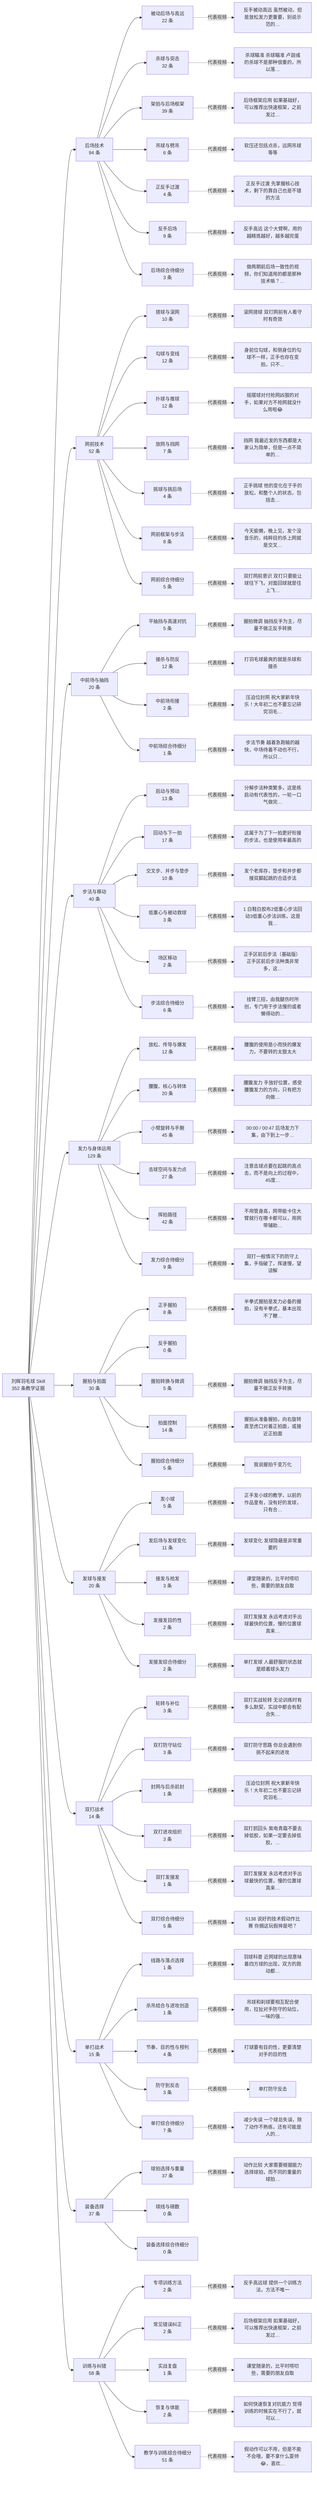
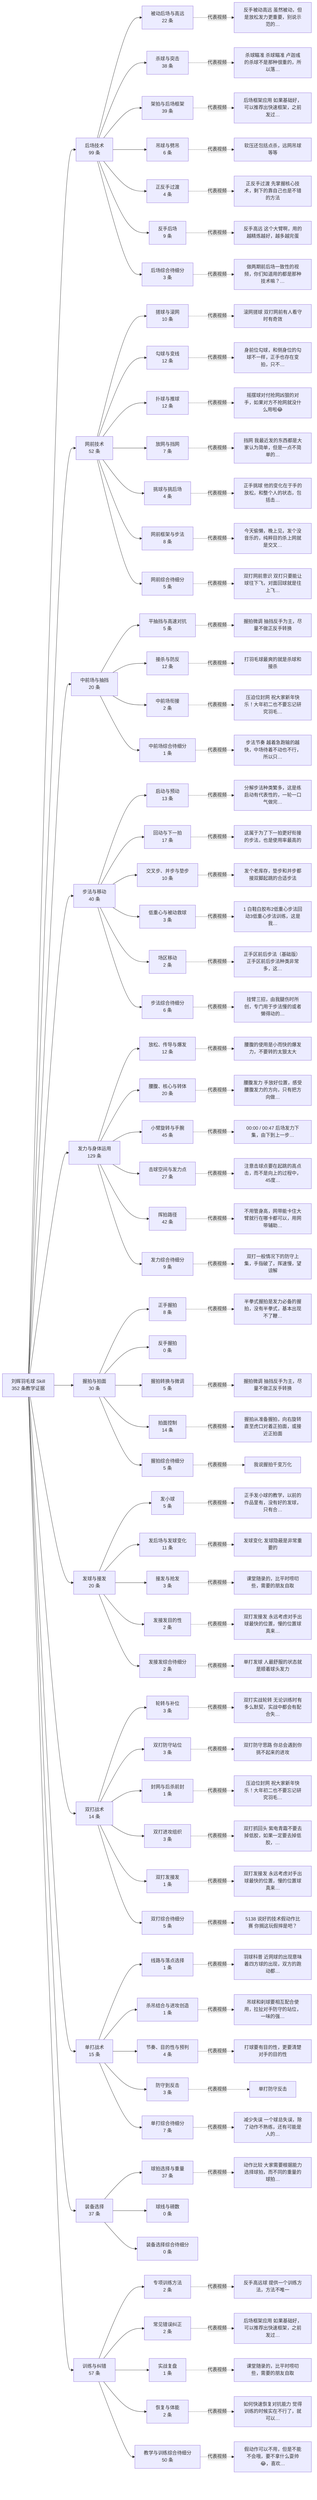
flowchart LR
  root["刘辉羽毛球 Skill<br/>352 条教学证据"]
-   c0["后场技术<br/>94 条"]
+   c0["后场技术<br/>99 条"]
  root --> c0
  s0_0["被动后场与高远<br/>22 条"]
  c0 --> s0_0
  v0_0["反手被动高远 虽然被动，但是放松发力更重要，别说示范的…"]
  s0_0 -.代表视频.-> v0_0
-   s0_1["杀球与突击<br/>32 条"]
+   s0_1["杀球与突击<br/>38 条"]
  c0 --> s0_1
  v0_1["杀球瞄准 杀球瞄准 卢迦彧的杀球不是那种很重的，所以落…"]
  s0_1 -.代表视频.-> v0_1
  s0_2["架拍与后场框架<br/>39 条"]
  c0 --> s0_2
  v0_2["后场框架应用 如果基础好，可以推荐出快速框架，之前发过…"]
  s0_2 -.代表视频.-> v0_2
  s0_3["吊球与劈吊<br/>6 条"]
  c0 --> s0_3
  v0_3["软压还包括点杀，远网吊球等等"]
  s0_3 -.代表视频.-> v0_3
  s0_4["正反手过渡<br/>4 条"]
  c0 --> s0_4
  v0_4["正反手过渡 先掌握核心技术，剩下的靠自己也是不错的方法"]
  s0_4 -.代表视频.-> v0_4
  s0_5["反手后场<br/>9 条"]
  c0 --> s0_5
  v0_5["反手高远 这个大臂啊，用的越精炼越好，越多越完蛋"]
  s0_5 -.代表视频.-> v0_5
  s0_6["后场综合待细分<br/>3 条"]
  c0 --> s0_6
  v0_6["做两期前后场一致性的视频，你们知道用的都是那种技术嘛？…"]
  s0_6 -.代表视频.-> v0_6
  c1["网前技术<br/>52 条"]
  root --> c1
  s1_0["搓球与滚网<br/>10 条"]
  c1 --> s1_0
  v1_0["滚网搓球 双打网前有人看守时有奇效"]
  s1_0 -.代表视频.-> v1_0
  s1_1["勾球与变线<br/>12 条"]
  c1 --> s1_1
  v1_1["身前位勾球，和侧身位的勾球不一样，正手也存在变拍，只不…"]
  s1_1 -.代表视频.-> v1_1
  s1_2["扑球与推球<br/>12 条"]
  c1 --> s1_2
  v1_2["摇摆球对付抢网凶狠的对手，如果对方不抢网就没什么用啦😂"]
  s1_2 -.代表视频.-> v1_2
  s1_3["放网与挡网<br/>7 条"]
  c1 --> s1_3
  v1_3["挡网 我最近发的东西都是大家认为简单，但是一点不简单的…"]
  s1_3 -.代表视频.-> v1_3
  s1_4["挑球与挑后场<br/>4 条"]
  c1 --> s1_4
  v1_4["正手挑球 他的变化在于手的放松，和整个人的状态，包括击…"]
  s1_4 -.代表视频.-> v1_4
  s1_5["网前框架与步法<br/>8 条"]
  c1 --> s1_5
  v1_5["今天偷懒，晚上见，发个没音乐的，纯粹目的杀上网就是交叉…"]
  s1_5 -.代表视频.-> v1_5
  s1_6["网前综合待细分<br/>5 条"]
  c1 --> s1_6
  v1_6["双打网前意识 双打只要能让球往下飞，对面回球就是往上飞…"]
  s1_6 -.代表视频.-> v1_6
  c2["中前场与抽挡<br/>20 条"]
  root --> c2
  s2_0["平抽挡与高速对抗<br/>5 条"]
  c2 --> s2_0
  v2_0["握拍微调 抽挡反手为主，尽量不做正反手转换"]
  s2_0 -.代表视频.-> v2_0
  s2_1["接杀与防反<br/>12 条"]
  c2 --> s2_1
  v2_1["打羽毛球最爽的就是杀球和接杀"]
  s2_1 -.代表视频.-> v2_1
  s2_2["中前场衔接<br/>2 条"]
  c2 --> s2_2
  v2_2["压迫位封网 祝大家新年快乐！大年初二也不要忘记研究羽毛…"]
  s2_2 -.代表视频.-> v2_2
  s2_3["中前场综合待细分<br/>1 条"]
  c2 --> s2_3
  v2_3["步法节奏 越着急跑输的越快，中场待着不动也不行，所以只…"]
  s2_3 -.代表视频.-> v2_3
  c3["步法与移动<br/>40 条"]
  root --> c3
  s3_0["启动与预动<br/>13 条"]
  c3 --> s3_0
  v3_0["分解步法种类繁多，这是练启动有代表性的，一轮一口气做完…"]
  s3_0 -.代表视频.-> v3_0
  s3_1["回动与下一拍<br/>17 条"]
  c3 --> s3_1
  v3_1["这属于为了下一拍更好衔接的步法，也是使用率最高的"]
  s3_1 -.代表视频.-> v3_1
  s3_2["交叉步、并步与垫步<br/>10 条"]
  c3 --> s3_2
  v3_2["发个老库存，垫步和并步都接双脚起跳的合适步法"]
  s3_2 -.代表视频.-> v3_2
  s3_3["低重心与被动救球<br/>3 条"]
  c3 --> s3_3
  v3_3["1 白鞋白胶布2低重心步法回动3低重心步法训练，这是我…"]
  s3_3 -.代表视频.-> v3_3
  s3_4["场区移动<br/>2 条"]
  c3 --> s3_4
  v3_4["正手区前后步法（基础版） 正手区前后步法种类非常多，这…"]
  s3_4 -.代表视频.-> v3_4
  s3_5["步法综合待细分<br/>6 条"]
  c3 --> s3_5
  v3_5["挂臂三招，由我腿伤时所创，专门用于步法慢的或者懒得动的…"]
  s3_5 -.代表视频.-> v3_5
  c4["发力与身体运用<br/>129 条"]
  root --> c4
  s4_0["放松、传导与爆发<br/>12 条"]
  c4 --> s4_0
  v4_0["腰腹的使用是小而快的爆发力，不要转的太狠太大"]
  s4_0 -.代表视频.-> v4_0
  s4_1["腰腹、核心与转体<br/>20 条"]
  c4 --> s4_1
  v4_1["腰腹发力 手放好位置，感受腰腹发力的方向，只有把方向做…"]
  s4_1 -.代表视频.-> v4_1
  s4_2["小臂旋转与手腕<br/>45 条"]
  c4 --> s4_2
  v4_2["00:00 / 00:47 后场发力下集，由下到上一步…"]
  s4_2 -.代表视频.-> v4_2
  s4_3["击球空间与发力点<br/>27 条"]
  c4 --> s4_3
  v4_3["注意击球点要在起跳的高点击，而不是向上的过程中，45度…"]
  s4_3 -.代表视频.-> v4_3
  s4_4["挥拍路径<br/>42 条"]
  c4 --> s4_4
  v4_4["不用管身高，网带能卡住大臂就行在哪卡都可以，用网带辅助…"]
  s4_4 -.代表视频.-> v4_4
  s4_5["发力综合待细分<br/>9 条"]
  c4 --> s4_5
  v4_5["双打一般情况下的防守上集，手指破了，挥速慢，望谅解"]
  s4_5 -.代表视频.-> v4_5
  c5["握拍与拍面<br/>30 条"]
  root --> c5
  s5_0["正手握拍<br/>8 条"]
  c5 --> s5_0
  v5_0["半拳式握拍是发力必备的握拍，没有半拳式，基本出现不了鞭…"]
  s5_0 -.代表视频.-> v5_0
  s5_1["反手握拍<br/>0 条"]
  c5 --> s5_1
  s5_2["握拍转换与微调<br/>5 条"]
  c5 --> s5_2
  v5_2["握拍微调 抽挡反手为主，尽量不做正反手转换"]
  s5_2 -.代表视频.-> v5_2
  s5_3["拍面控制<br/>14 条"]
  c5 --> s5_3
  v5_3["握拍从准备握拍，向右旋转直至虎口对着正拍面，或接近正拍面"]
  s5_3 -.代表视频.-> v5_3
  s5_4["握拍综合待细分<br/>5 条"]
  c5 --> s5_4
  v5_4["我说握拍千变万化"]
  s5_4 -.代表视频.-> v5_4
  c6["发球与接发<br/>20 条"]
  root --> c6
  s6_0["发小球<br/>5 条"]
  c6 --> s6_0
  v6_0["正手发小球的教学，以前的作品里有，没有好的发球，只有合…"]
  s6_0 -.代表视频.-> v6_0
  s6_1["发后场与发球变化<br/>11 条"]
  c6 --> s6_1
  v6_1["发球变化 发球隐蔽是非常重要的"]
  s6_1 -.代表视频.-> v6_1
  s6_2["接发与抢发<br/>3 条"]
  c6 --> s6_2
  v6_2["课堂随录的，比平时唠叨些，需要的朋友自取"]
  s6_2 -.代表视频.-> v6_2
  s6_3["发接发目的性<br/>2 条"]
  c6 --> s6_3
  v6_3["双打发接发 永远考虑对手出球最快的位置，慢的位置球真来…"]
  s6_3 -.代表视频.-> v6_3
  s6_4["发接发综合待细分<br/>2 条"]
  c6 --> s6_4
  v6_4["单打发球 人最舒服的状态就是顺着球头发力"]
  s6_4 -.代表视频.-> v6_4
  c7["双打战术<br/>14 条"]
  root --> c7
  s7_0["轮转与补位<br/>3 条"]
  c7 --> s7_0
  v7_0["双打实战轮转 无论训练时有多么默契，实战中都会有配合失…"]
  s7_0 -.代表视频.-> v7_0
  s7_1["双打防守站位<br/>3 条"]
  c7 --> s7_1
  v7_1["双打防守思路 你总会遇到你挑不起来的进攻"]
  s7_1 -.代表视频.-> v7_1
  s7_2["封网与后杀前封<br/>1 条"]
  c7 --> s7_2
  v7_2["压迫位封网 祝大家新年快乐！大年初二也不要忘记研究羽毛…"]
  s7_2 -.代表视频.-> v7_2
  s7_3["双打进攻组织<br/>3 条"]
  c7 --> s7_3
  v7_3["双打抓回头 紫电青霜不要去掉低胶，如果一定要去掉低胶，…"]
  s7_3 -.代表视频.-> v7_3
  s7_4["双打发接发<br/>1 条"]
  c7 --> s7_4
  v7_4["双打发接发 永远考虑对手出球最快的位置，慢的位置球真来…"]
  s7_4 -.代表视频.-> v7_4
  s7_5["双打综合待细分<br/>5 条"]
  c7 --> s7_5
  v7_5["5138 说好的技术假动作比赛 你搁这玩假摔是吧？"]
  s7_5 -.代表视频.-> v7_5
  c8["单打战术<br/>15 条"]
  root --> c8
  s8_0["线路与落点选择<br/>1 条"]
  c8 --> s8_0
  v8_0["羽球科普 近网球的出现意味着四方球的出现，双方的跑动都…"]
  s8_0 -.代表视频.-> v8_0
  s8_1["杀吊结合与进攻创造<br/>1 条"]
  c8 --> s8_1
  v8_1["吊球和刹球要相互配合使用，拉扯对手防守的站位，一味的强…"]
  s8_1 -.代表视频.-> v8_1
  s8_2["节奏、目的性与预判<br/>4 条"]
  c8 --> s8_2
  v8_2["打球要有目的性，更要清楚对手的目的性"]
  s8_2 -.代表视频.-> v8_2
  s8_3["防守到反击<br/>3 条"]
  c8 --> s8_3
  v8_3["单打防守反击"]
  s8_3 -.代表视频.-> v8_3
  s8_4["单打综合待细分<br/>7 条"]
  c8 --> s8_4
  v8_4["减少失误 一个球总失误，除了动作不熟练，还有可能是人的…"]
  s8_4 -.代表视频.-> v8_4
  c9["装备选择<br/>37 条"]
  root --> c9
  s9_0["球拍选择与重量<br/>37 条"]
  c9 --> s9_0
  v9_0["动作比较 大家需要根据能力选择球拍，而不同的重量的球拍…"]
  s9_0 -.代表视频.-> v9_0
  s9_1["球线与磅数<br/>0 条"]
  c9 --> s9_1
  s9_2["装备选择综合待细分<br/>0 条"]
  c9 --> s9_2
-   c10["训练与纠错<br/>58 条"]
+   c10["训练与纠错<br/>57 条"]
  root --> c10
  s10_0["专项训练方法<br/>2 条"]
  c10 --> s10_0
  v10_0["反手高远球 提供一个训练方法，方法不唯一"]
  s10_0 -.代表视频.-> v10_0
  s10_1["常见错误纠正<br/>2 条"]
  c10 --> s10_1
  v10_1["后场框架应用 如果基础好，可以推荐出快速框架，之前发过…"]
  s10_1 -.代表视频.-> v10_1
  s10_2["实战复盘<br/>1 条"]
  c10 --> s10_2
  v10_2["课堂随录的，比平时唠叨些，需要的朋友自取"]
  s10_2 -.代表视频.-> v10_2
  s10_3["恢复与体能<br/>2 条"]
  c10 --> s10_3
  v10_3["如何快速恢复对抗能力 觉得训练的时候实在不行了，就可以…"]
  s10_3 -.代表视频.-> v10_3
-   s10_4["教学与训练综合待细分<br/>51 条"]
+   s10_4["教学与训练综合待细分<br/>50 条"]
  c10 --> s10_4
  v10_4["假动作可以不用，但是不能不会哦，要不拿什么耍帅😂，喜欢…"]
  s10_4 -.代表视频.-> v10_4
